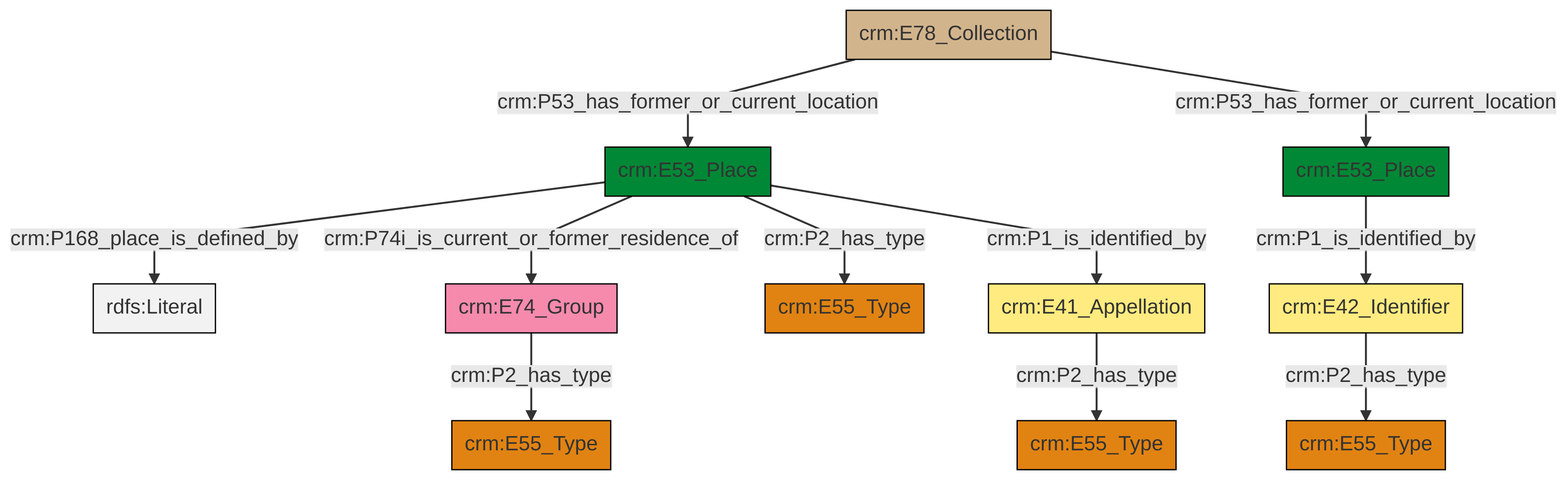
Earlier version of the Mermaid export et/archivalCSV/ttl/mmd/png/archival_location.png (swiss-art-research-net/docs.swissartresearch). Its source is kept beside it as et/archivalCSV/ttl/mmd/archival_location.ttl.mmd.
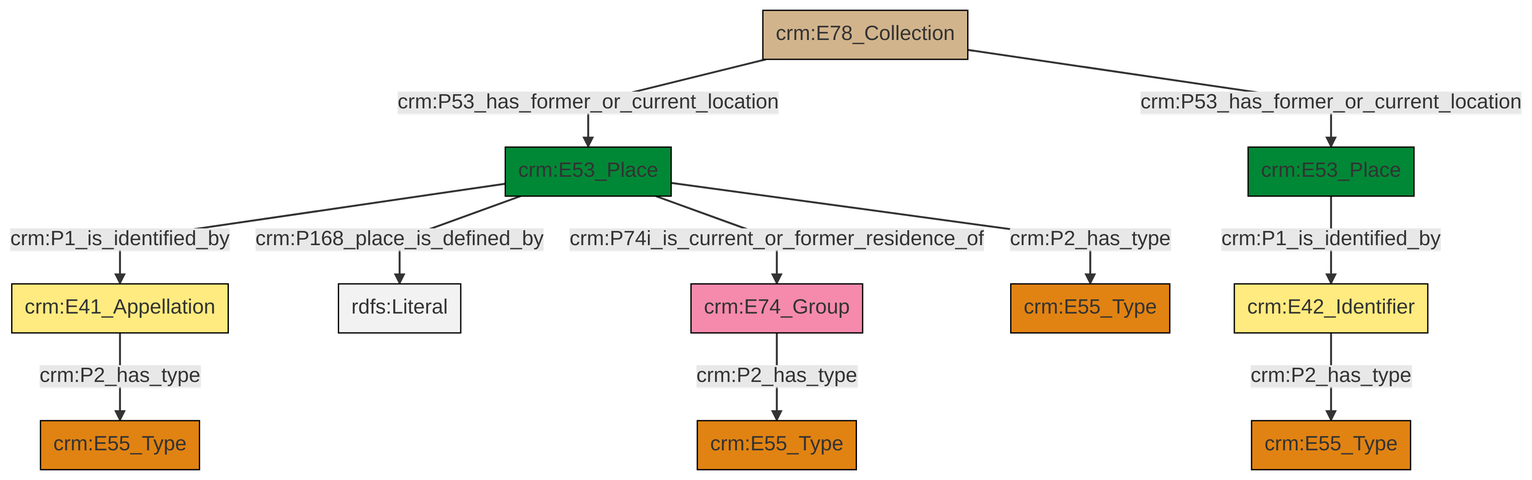
The same file after the commit.

The edit, as a diff of the source:
```diff
@@ -14,12 +14,12 @@
 classDef Multi fill:#cccccc,stroke:#000000;
 
 2["crm:E53_Place"]:::Place -->|crm:P1_is_identified_by| 3["crm:E42_Identifier"]:::Appellation
-3["crm:E42_Identifier"]:::Appellation -->|crm:P2_has_type| 4["crm:E55_Type"]:::Type
-13["crm:E78_Collection"]:::Physical_Thing -->|crm:P53_has_former_or_current_location| 14["crm:E53_Place"]:::Place
-15["crm:E74_Group"]:::Actor -->|crm:P2_has_type| 6["crm:E55_Type"]:::Type
-13["crm:E78_Collection"]:::Physical_Thing -->|crm:P53_has_former_or_current_location| 2["crm:E53_Place"]:::Place
-14["crm:E53_Place"]:::Place -->|crm:P168_place_is_defined_by| 18[rdfs:Literal]:::Literal
-14["crm:E53_Place"]:::Place -->|crm:P74i_is_current_or_former_residence_of| 15["crm:E74_Group"]:::Actor
-14["crm:E53_Place"]:::Place -->|crm:P2_has_type| 11["crm:E55_Type"]:::Type
-14["crm:E53_Place"]:::Place -->|crm:P1_is_identified_by| 8["crm:E41_Appellation"]:::Appellation
-8["crm:E41_Appellation"]:::Appellation -->|crm:P2_has_type| 0["crm:E55_Type"]:::Type
+4["crm:E78_Collection"]:::Physical_Thing -->|crm:P53_has_former_or_current_location| 5["crm:E53_Place"]:::Place
+4["crm:E78_Collection"]:::Physical_Thing -->|crm:P53_has_former_or_current_location| 2["crm:E53_Place"]:::Place
+5["crm:E53_Place"]:::Place -->|crm:P1_is_identified_by| 0["crm:E41_Appellation"]:::Appellation
+17["crm:E74_Group"]:::Actor -->|crm:P2_has_type| 8["crm:E55_Type"]:::Type
+5["crm:E53_Place"]:::Place -->|crm:P168_place_is_defined_by| 20[rdfs:Literal]:::Literal
+5["crm:E53_Place"]:::Place -->|crm:P74i_is_current_or_former_residence_of| 17["crm:E74_Group"]:::Actor
+0["crm:E41_Appellation"]:::Appellation -->|crm:P2_has_type| 11["crm:E55_Type"]:::Type
+5["crm:E53_Place"]:::Place -->|crm:P2_has_type| 6["crm:E55_Type"]:::Type
+3["crm:E42_Identifier"]:::Appellation -->|crm:P2_has_type| 13["crm:E55_Type"]:::Type
```
